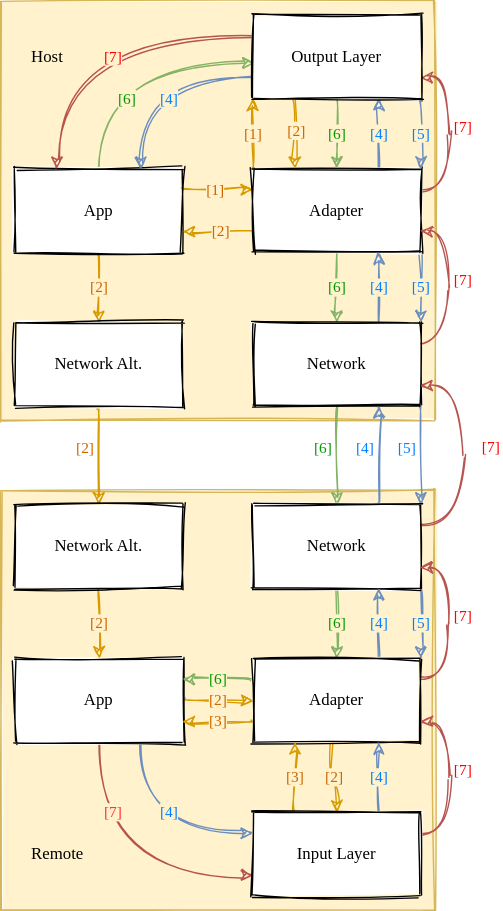
Before: protocol.svg, a diagram exported from draw.io (loreanvictor/observables-over-boundary). Source tidied: cells renumbered, new cells last; positions are measured from the earlier drawing's top-left corner, leaving out a move shared by most shapes.
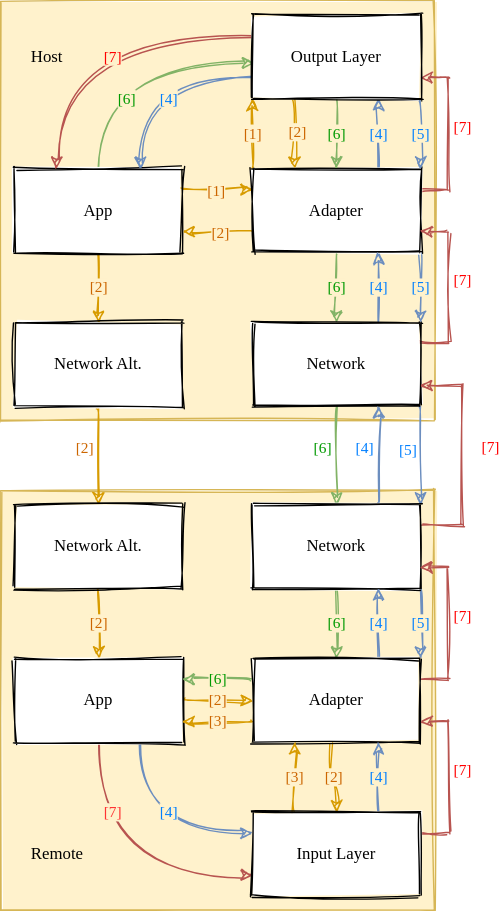
After the change.

Diff of the diagram source:
```diff
@@ -47,7 +47,7 @@
     <mxCell id="15" value="[6]" style="edgeStyle=orthogonalEdgeStyle;jettySize=auto;html=1;entryX=0.5;entryY=0;entryDx=0;entryDy=0;curved=1;sketch=1;fontFamily=Comic Sans MS;exitX=0.5;exitY=1;exitDx=0;exitDy=0;fillColor=#d5e8d4;strokeColor=#82b366;fontColor=#009900;labelBackgroundColor=#FFF2CC;" parent="1" edge="1" source="17" target="32">
       <mxGeometry relative="1" as="geometry" />
     </mxCell>
-    <mxCell id="16" value="[7]" style="edgeStyle=orthogonalEdgeStyle;jettySize=auto;html=1;exitX=1;exitY=0.25;exitDx=0;exitDy=0;entryX=1;entryY=0.75;entryDx=0;entryDy=0;curved=1;sketch=1;fontFamily=Comic Sans MS;fillColor=#f8cecc;strokeColor=#b85450;fontColor=#FF0000;labelBackgroundColor=none;" parent="1" edge="1" source="17" target="24">
+    <mxCell id="16" value="[7]" style="edgeStyle=orthogonalEdgeStyle;jettySize=auto;html=1;exitX=1;exitY=0.25;exitDx=0;exitDy=0;entryX=1;entryY=0.75;entryDx=0;entryDy=0;sketch=1;fontFamily=Comic Sans MS;fillColor=#f8cecc;strokeColor=#b85450;fontColor=#FF0000;labelBackgroundColor=none;rounded=0;" parent="1" edge="1" source="17" target="24">
       <mxGeometry x="0.08" y="-10" relative="1" as="geometry" />
     </mxCell>
     <mxCell id="17" value="Adapter" style="whiteSpace=wrap;html=1;sketch=1;fontFamily=Comic Sans MS;" parent="1" vertex="1">
@@ -94,7 +94,7 @@
     <mxCell id="30" value="[6]" style="edgeStyle=orthogonalEdgeStyle;jettySize=auto;html=1;exitX=0.5;exitY=1;exitDx=0;exitDy=0;entryX=0.5;entryY=0;entryDx=0;entryDy=0;curved=1;sketch=1;fontFamily=Comic Sans MS;fillColor=#d5e8d4;strokeColor=#82b366;fontColor=#009900;labelBackgroundColor=none;" parent="1" edge="1" source="32" target="45">
       <mxGeometry x="-0.14" y="-10" relative="1" as="geometry" />
     </mxCell>
-    <mxCell id="31" value="[7]" style="edgeStyle=orthogonalEdgeStyle;jettySize=auto;html=1;exitX=1;exitY=0.25;exitDx=0;exitDy=0;entryX=1;entryY=0.75;entryDx=0;entryDy=0;curved=1;sketch=1;fontFamily=Comic Sans MS;fillColor=#f8cecc;strokeColor=#b85450;fontColor=#FF0000;labelBackgroundColor=none;" parent="1" edge="1" source="32" target="17">
+    <mxCell id="31" value="[7]" style="edgeStyle=orthogonalEdgeStyle;jettySize=auto;html=1;exitX=1;exitY=0.25;exitDx=0;exitDy=0;entryX=1;entryY=0.75;entryDx=0;entryDy=0;sketch=1;fontFamily=Comic Sans MS;fillColor=#f8cecc;strokeColor=#b85450;fontColor=#FF0000;labelBackgroundColor=none;rounded=0;" parent="1" edge="1" source="32" target="17">
       <mxGeometry x="0.08" y="-10" relative="1" as="geometry" />
     </mxCell>
     <mxCell id="32" value="Network" style="whiteSpace=wrap;html=1;sketch=1;fontFamily=Comic Sans MS;" parent="1" vertex="1">
@@ -133,7 +133,7 @@
     <mxCell id="43" value="[6]" style="edgeStyle=orthogonalEdgeStyle;jettySize=auto;html=1;exitX=0.5;exitY=1;exitDx=0;exitDy=0;entryX=0.5;entryY=0;entryDx=0;entryDy=0;curved=1;sketch=1;fontFamily=Comic Sans MS;fillColor=#d5e8d4;strokeColor=#82b366;fontColor=#009900;labelBackgroundColor=#FFF2CC;" parent="1" edge="1" source="45" target="51">
       <mxGeometry relative="1" as="geometry" />
     </mxCell>
-    <mxCell id="44" value="[7]" style="edgeStyle=orthogonalEdgeStyle;jettySize=auto;html=1;exitX=1;exitY=0.25;exitDx=0;exitDy=0;entryX=1;entryY=0.75;entryDx=0;entryDy=0;curved=1;sketch=1;fontFamily=Comic Sans MS;fillColor=#f8cecc;strokeColor=#b85450;fontColor=#FF0000;labelBackgroundColor=none;" parent="1" edge="1" source="45" target="32">
+    <mxCell id="44" value="[7]" style="edgeStyle=orthogonalEdgeStyle;jettySize=auto;html=1;exitX=1;exitY=0.25;exitDx=0;exitDy=0;entryX=1;entryY=0.75;entryDx=0;entryDy=0;sketch=1;fontFamily=Comic Sans MS;fillColor=#f8cecc;strokeColor=#b85450;fontColor=#FF0000;labelBackgroundColor=none;rounded=0;" parent="1" edge="1" source="45" target="32">
       <mxGeometry x="0.07" y="-20" relative="1" as="geometry">
         <Array as="points">
           <mxPoint x="330" y="375" />
@@ -156,7 +156,7 @@
     <mxCell id="49" value="[6]" style="edgeStyle=orthogonalEdgeStyle;jettySize=auto;html=1;exitX=0;exitY=0.25;exitDx=0;exitDy=0;entryX=1;entryY=0.25;entryDx=0;entryDy=0;curved=1;sketch=1;fontFamily=Comic Sans MS;fillColor=#d5e8d4;strokeColor=#82b366;fontColor=#009900;labelBackgroundColor=#FFF2CC;" parent="1" edge="1" source="51" target="40">
       <mxGeometry relative="1" as="geometry" />
     </mxCell>
-    <mxCell id="50" value="[7]" style="edgeStyle=orthogonalEdgeStyle;jettySize=auto;html=1;exitX=1;exitY=0.25;exitDx=0;exitDy=0;entryX=1;entryY=0.75;entryDx=0;entryDy=0;curved=1;sketch=1;fontFamily=Comic Sans MS;fillColor=#f8cecc;strokeColor=#b85450;fontColor=#FF0000;labelBackgroundColor=none;" parent="1" edge="1" source="51" target="45">
+    <mxCell id="50" value="[7]" style="edgeStyle=orthogonalEdgeStyle;jettySize=auto;html=1;exitX=1;exitY=0.25;exitDx=0;exitDy=0;entryX=1;entryY=0.75;entryDx=0;entryDy=0;sketch=1;fontFamily=Comic Sans MS;fillColor=#f8cecc;strokeColor=#b85450;fontColor=#FF0000;labelBackgroundColor=none;rounded=0;" parent="1" edge="1" source="51" target="45">
       <mxGeometry x="0.08" y="-10" relative="1" as="geometry" />
     </mxCell>
     <mxCell id="51" value="Adapter" style="whiteSpace=wrap;html=1;sketch=1;fontFamily=Comic Sans MS;" parent="1" vertex="1">
@@ -168,7 +168,7 @@
     <mxCell id="53" value="[4]" style="edgeStyle=orthogonalEdgeStyle;rounded=1;jettySize=auto;html=1;exitX=0.75;exitY=0;exitDx=0;exitDy=0;entryX=0.75;entryY=1;entryDx=0;entryDy=0;curved=1;fillColor=#dae8fc;strokeColor=#6c8ebf;sketch=1;fontFamily=Comic Sans MS;fontColor=#007FFF;labelBackgroundColor=#FFF2CC;" parent="1" edge="1" source="55" target="51">
       <mxGeometry relative="1" as="geometry" />
     </mxCell>
-    <mxCell id="54" value="[7]" style="edgeStyle=orthogonalEdgeStyle;curved=1;rounded=1;jettySize=auto;html=1;exitX=1;exitY=0.25;exitDx=0;exitDy=0;entryX=1;entryY=0.75;entryDx=0;entryDy=0;sketch=1;fontFamily=Comic Sans MS;fillColor=#f8cecc;strokeColor=#b85450;fontColor=#FF0000;labelBackgroundColor=none;" parent="1" edge="1" source="55" target="51">
+    <mxCell id="54" value="[7]" style="edgeStyle=orthogonalEdgeStyle;rounded=0;jettySize=auto;html=1;exitX=1;exitY=0.25;exitDx=0;exitDy=0;entryX=1;entryY=0.75;entryDx=0;entryDy=0;sketch=1;fontFamily=Comic Sans MS;fillColor=#f8cecc;strokeColor=#b85450;fontColor=#FF0000;labelBackgroundColor=none;" parent="1" edge="1" source="55" target="51">
       <mxGeometry x="0.08" y="-10" relative="1" as="geometry" />
     </mxCell>
     <mxCell id="55" value="Input Layer" style="whiteSpace=wrap;html=1;sketch=1;fontFamily=Comic Sans MS;" parent="1" vertex="1">
```
